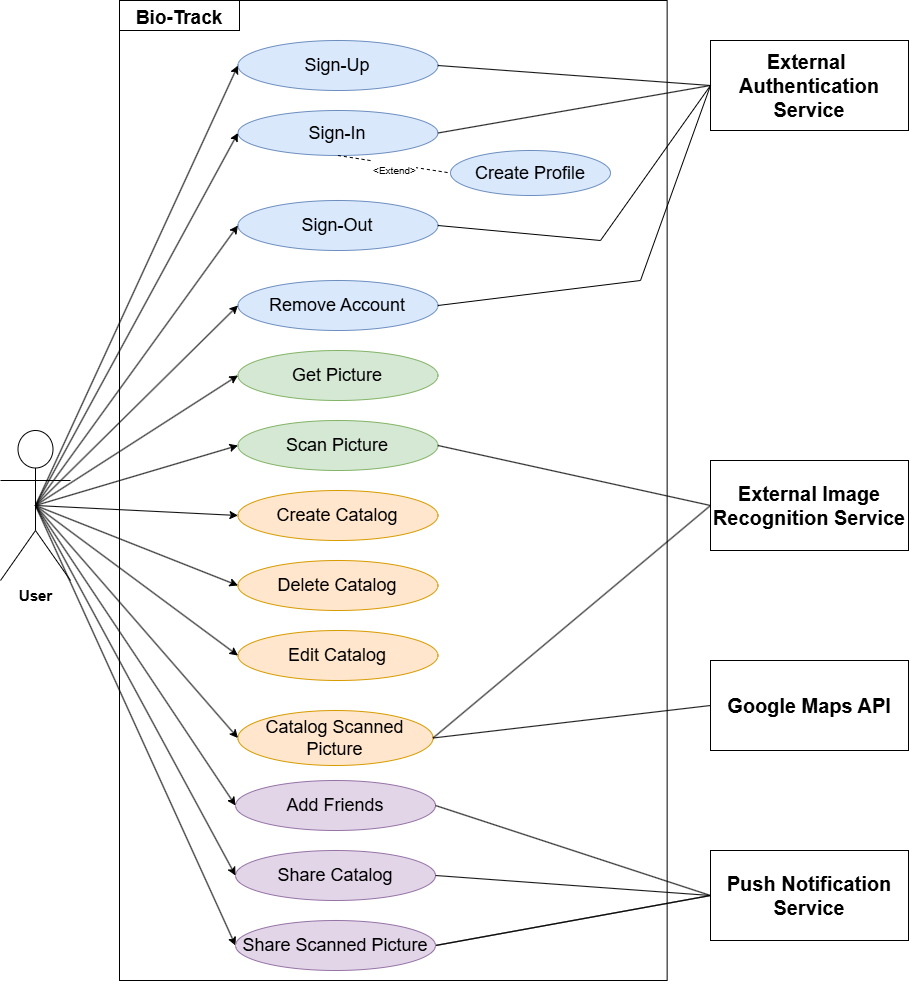
This is documentation/images/useCaseDiagram.png from XXLSmile/BioTrack, a draw.io export, as it was before one commit. Source tidied: cells renumbered, new cells last; positions are measured from the earlier drawing's top-left corner, leaving out a move shared by most shapes. The source it was exported from:
```xml
<mxGraphModel>
  <root>
    <mxCell id="0" />
    <mxCell id="1" parent="0" />
    <mxCell id="2" style="rounded=0;whiteSpace=wrap;html=1;" parent="1" vertex="1">
      <mxGeometry x="119" width="547.6" height="980" as="geometry" />
    </mxCell>
    <mxCell id="3" value="&lt;font&gt;User&lt;/font&gt;" style="shape=umlActor;verticalLabelPosition=bottom;verticalAlign=top;html=1;outlineConnect=0;fontStyle=1;fontSize=15;" parent="1" vertex="1">
      <mxGeometry y="430" width="70" height="150" as="geometry" />
    </mxCell>
    <mxCell id="4" value="External&amp;nbsp;&lt;div&gt;Authentication Service&lt;/div&gt;" style="html=1;whiteSpace=wrap;fontSize=20;fontStyle=1;" parent="1" vertex="1">
      <mxGeometry x="710" y="40" width="198" height="90" as="geometry" />
    </mxCell>
    <mxCell id="5" value="External Image Recognition Service" style="html=1;whiteSpace=wrap;fontSize=20;fontStyle=1;" parent="1" vertex="1">
      <mxGeometry x="710" y="460" width="198" height="90" as="geometry" />
    </mxCell>
    <mxCell id="6" value="Push Notification Service" style="html=1;whiteSpace=wrap;fontSize=20;fontStyle=1;" parent="1" vertex="1">
      <mxGeometry x="710" y="850" width="198" height="90" as="geometry" />
    </mxCell>
    <mxCell id="7" value="&lt;font style=&quot;font-size: 18px;&quot;&gt;Remove Account&lt;/font&gt;" style="ellipse;whiteSpace=wrap;html=1;fillColor=#dae8fc;strokeColor=#6c8ebf;" parent="1" vertex="1">
      <mxGeometry x="237.4" y="280" width="200" height="50" as="geometry" />
    </mxCell>
    <mxCell id="8" value="&lt;font style=&quot;font-size: 18px;&quot;&gt;Sign-Up&lt;/font&gt;" style="ellipse;whiteSpace=wrap;html=1;fillColor=#dae8fc;strokeColor=#6c8ebf;" parent="1" vertex="1">
      <mxGeometry x="237.4" y="40" width="200" height="50" as="geometry" />
    </mxCell>
    <mxCell id="9" value="&lt;font style=&quot;font-size: 18px;&quot;&gt;Sign-In&lt;/font&gt;" style="ellipse;whiteSpace=wrap;html=1;fillColor=#dae8fc;strokeColor=#6c8ebf;" parent="1" vertex="1">
      <mxGeometry x="237.4" y="110" width="200" height="45" as="geometry" />
    </mxCell>
    <mxCell id="10" value="&lt;font style=&quot;font-size: 18px;&quot;&gt;Sign-Out&lt;/font&gt;" style="ellipse;whiteSpace=wrap;html=1;fillColor=#dae8fc;strokeColor=#6c8ebf;" parent="1" vertex="1">
      <mxGeometry x="237.4" y="200" width="200" height="50" as="geometry" />
    </mxCell>
    <mxCell id="11" style="endArrow=classic;html=1;rounded=0;entryX=0;entryY=0.5;entryDx=0;entryDy=0;exitX=0.5;exitY=0.5;exitDx=0;exitDy=0;exitPerimeter=0;" parent="1" edge="1" source="3" target="8">
      <mxGeometry relative="1" as="geometry" />
    </mxCell>
    <mxCell id="12" style="endArrow=classic;html=1;rounded=0;entryX=0;entryY=0.5;entryDx=0;entryDy=0;exitX=0.5;exitY=0.5;exitDx=0;exitDy=0;exitPerimeter=0;" parent="1" edge="1" source="3" target="9">
      <mxGeometry relative="1" as="geometry" />
    </mxCell>
    <mxCell id="13" style="endArrow=classic;html=1;rounded=0;entryX=0;entryY=0.5;entryDx=0;entryDy=0;exitX=0.5;exitY=0.5;exitDx=0;exitDy=0;exitPerimeter=0;" parent="1" edge="1" source="3" target="10">
      <mxGeometry relative="1" as="geometry" />
    </mxCell>
    <mxCell id="14" style="endArrow=classic;html=1;rounded=0;entryX=0;entryY=0.5;entryDx=0;entryDy=0;exitX=0.5;exitY=0.5;exitDx=0;exitDy=0;exitPerimeter=0;" parent="1" edge="1" source="3" target="7">
      <mxGeometry relative="1" as="geometry" />
    </mxCell>
    <mxCell id="15" value="&lt;font style=&quot;font-size: 18px;&quot;&gt;Get Picture&lt;/font&gt;" style="ellipse;whiteSpace=wrap;html=1;fillColor=#d5e8d4;strokeColor=#82b366;" parent="1" vertex="1">
      <mxGeometry x="237.4" y="350" width="200" height="50" as="geometry" />
    </mxCell>
    <mxCell id="16" value="&lt;font style=&quot;font-size: 18px;&quot;&gt;Scan Picture&lt;/font&gt;" style="ellipse;whiteSpace=wrap;html=1;fillColor=#d5e8d4;strokeColor=#82b366;" parent="1" vertex="1">
      <mxGeometry x="237.4" y="420" width="200" height="50" as="geometry" />
    </mxCell>
    <mxCell id="17" style="endArrow=none;html=1;rounded=0;exitX=1;exitY=0.5;exitDx=0;exitDy=0;entryX=0;entryY=0.5;entryDx=0;entryDy=0;" parent="1" edge="1" source="8" target="4">
      <mxGeometry relative="1" as="geometry" />
    </mxCell>
    <mxCell id="18" style="endArrow=none;html=1;rounded=0;exitX=1;exitY=0.5;exitDx=0;exitDy=0;entryX=0;entryY=0.5;entryDx=0;entryDy=0;" parent="1" edge="1" source="9" target="4">
      <mxGeometry relative="1" as="geometry" />
    </mxCell>
    <mxCell id="19" style="endArrow=none;html=1;rounded=0;exitX=1;exitY=0.5;exitDx=0;exitDy=0;entryX=0;entryY=0.5;entryDx=0;entryDy=0;" parent="1" edge="1" source="10" target="4">
      <mxGeometry relative="1" as="geometry">
        <Array as="points">
          <mxPoint x="600" y="240" />
        </Array>
      </mxGeometry>
    </mxCell>
    <mxCell id="20" style="endArrow=none;html=1;rounded=0;exitX=1;exitY=0.5;exitDx=0;exitDy=0;entryX=0;entryY=0.5;entryDx=0;entryDy=0;" parent="1" edge="1" source="7" target="4">
      <mxGeometry relative="1" as="geometry">
        <Array as="points">
          <mxPoint x="640" y="280" />
        </Array>
      </mxGeometry>
    </mxCell>
    <mxCell id="21" style="endArrow=classic;html=1;rounded=0;entryX=0;entryY=0.5;entryDx=0;entryDy=0;exitX=0.5;exitY=0.5;exitDx=0;exitDy=0;exitPerimeter=0;" parent="1" edge="1" source="3" target="15">
      <mxGeometry relative="1" as="geometry" />
    </mxCell>
    <mxCell id="22" style="endArrow=classic;html=1;rounded=0;entryX=0;entryY=0.5;entryDx=0;entryDy=0;exitX=0.5;exitY=0.5;exitDx=0;exitDy=0;exitPerimeter=0;" parent="1" edge="1" source="3" target="16">
      <mxGeometry relative="1" as="geometry" />
    </mxCell>
    <mxCell id="23" style="endArrow=none;html=1;rounded=0;exitX=1;exitY=0.5;exitDx=0;exitDy=0;entryX=0;entryY=0.5;entryDx=0;entryDy=0;" parent="1" edge="1" source="16" target="5">
      <mxGeometry relative="1" as="geometry" />
    </mxCell>
    <mxCell id="24" value="&lt;font style=&quot;font-size: 18px;&quot;&gt;Delete Catalog&lt;/font&gt;" style="ellipse;whiteSpace=wrap;html=1;fillColor=#ffe6cc;strokeColor=#d79b00;" parent="1" vertex="1">
      <mxGeometry x="237.4" y="560" width="200" height="50" as="geometry" />
    </mxCell>
    <mxCell id="25" value="&lt;font style=&quot;font-size: 18px;&quot;&gt;Catalog Scanned Picture&lt;/font&gt;" style="ellipse;whiteSpace=wrap;html=1;fillColor=#ffe6cc;strokeColor=#d79b00;" parent="1" vertex="1">
      <mxGeometry x="237.4" y="710" width="195.1" height="55" as="geometry" />
    </mxCell>
    <mxCell id="26" value="&lt;font style=&quot;font-size: 18px;&quot;&gt;Create Catalog&lt;/font&gt;" style="ellipse;whiteSpace=wrap;html=1;fillColor=#ffe6cc;strokeColor=#d79b00;" parent="1" vertex="1">
      <mxGeometry x="237.4" y="490" width="200" height="50" as="geometry" />
    </mxCell>
    <mxCell id="27" value="&lt;font style=&quot;font-size: 18px;&quot;&gt;Share Catalog&lt;/font&gt;" style="ellipse;whiteSpace=wrap;html=1;fillColor=#e1d5e7;strokeColor=#9673a6;" parent="1" vertex="1">
      <mxGeometry x="235" y="850" width="200" height="50" as="geometry" />
    </mxCell>
    <mxCell id="28" style="endArrow=none;html=1;rounded=0;exitX=1;exitY=0.5;exitDx=0;exitDy=0;entryX=0;entryY=0.5;entryDx=0;entryDy=0;" parent="1" edge="1" source="25" target="5">
      <mxGeometry relative="1" as="geometry" />
    </mxCell>
    <mxCell id="29" style="endArrow=classic;html=1;rounded=0;entryX=0;entryY=0.5;entryDx=0;entryDy=0;entryPerimeter=0;exitX=0.5;exitY=0.5;exitDx=0;exitDy=0;exitPerimeter=0;" parent="1" edge="1" source="3" target="26">
      <mxGeometry relative="1" as="geometry" />
    </mxCell>
    <mxCell id="30" style="endArrow=classic;html=1;rounded=0;fontFamily=Helvetica;fontSize=15;fontColor=default;fontStyle=1;exitX=0.5;exitY=0.5;exitDx=0;exitDy=0;exitPerimeter=0;entryX=0;entryY=0.5;entryDx=0;entryDy=0;" parent="1" edge="1" source="3" target="24">
      <mxGeometry relative="1" as="geometry" />
    </mxCell>
    <mxCell id="31" style="endArrow=classic;html=1;rounded=0;fontFamily=Helvetica;fontSize=15;fontColor=default;fontStyle=1;exitX=0.5;exitY=0.5;exitDx=0;exitDy=0;exitPerimeter=0;entryX=0;entryY=0.5;entryDx=0;entryDy=0;" parent="1" edge="1" source="3" target="27">
      <mxGeometry relative="1" as="geometry" />
    </mxCell>
    <mxCell id="32" style="endArrow=classic;html=1;rounded=0;fontFamily=Helvetica;fontSize=15;fontColor=default;fontStyle=1;exitX=0.5;exitY=0.5;exitDx=0;exitDy=0;exitPerimeter=0;entryX=0;entryY=0.5;entryDx=0;entryDy=0;" parent="1" edge="1" source="3" target="25">
      <mxGeometry relative="1" as="geometry" />
    </mxCell>
    <mxCell id="33" style="endArrow=none;html=1;rounded=0;fontFamily=Helvetica;fontSize=15;fontColor=default;fontStyle=1;exitX=1;exitY=0.5;exitDx=0;exitDy=0;entryX=0;entryY=0.5;entryDx=0;entryDy=0;" parent="1" edge="1" source="38" target="6">
      <mxGeometry relative="1" as="geometry" />
    </mxCell>
    <mxCell id="34" style="endArrow=classic;html=1;rounded=0;fontFamily=Helvetica;fontSize=15;fontColor=default;fontStyle=1;exitX=0.5;exitY=0.5;exitDx=0;exitDy=0;exitPerimeter=0;entryX=0;entryY=0.5;entryDx=0;entryDy=0;" parent="1" edge="1" source="3" target="38">
      <mxGeometry relative="1" as="geometry" />
    </mxCell>
    <mxCell id="35" value="&lt;font style=&quot;font-size: 18px;&quot;&gt;Add Friends&lt;/font&gt;" style="ellipse;whiteSpace=wrap;html=1;fillColor=#e1d5e7;strokeColor=#9673a6;" parent="1" vertex="1">
      <mxGeometry x="235" y="780" width="200" height="50" as="geometry" />
    </mxCell>
    <mxCell id="36" style="endArrow=classic;html=1;rounded=0;fontFamily=Helvetica;fontSize=15;fontColor=default;fontStyle=1;exitX=0.5;exitY=0.5;exitDx=0;exitDy=0;exitPerimeter=0;entryX=0;entryY=0.5;entryDx=0;entryDy=0;" parent="1" edge="1" source="3" target="35">
      <mxGeometry relative="1" as="geometry" />
    </mxCell>
    <mxCell id="37" style="endArrow=none;html=1;rounded=0;fontFamily=Helvetica;fontSize=15;fontColor=default;fontStyle=1;entryX=1;entryY=0.5;entryDx=0;entryDy=0;exitX=0;exitY=0.5;exitDx=0;exitDy=0;" parent="1" edge="1" source="6" target="38">
      <mxGeometry relative="1" as="geometry" />
    </mxCell>
    <mxCell id="38" value="&lt;font style=&quot;font-size: 18px;&quot;&gt;Share Scanned Picture&lt;/font&gt;" style="ellipse;whiteSpace=wrap;html=1;fillColor=#e1d5e7;strokeColor=#9673a6;" parent="1" vertex="1">
      <mxGeometry x="235" y="920" width="200" height="50" as="geometry" />
    </mxCell>
    <mxCell id="39" style="endArrow=none;html=1;rounded=0;fontFamily=Helvetica;fontSize=15;fontColor=default;fontStyle=1;entryX=1;entryY=0.5;entryDx=0;entryDy=0;exitX=0;exitY=0.5;exitDx=0;exitDy=0;" parent="1" edge="1" source="6" target="27">
      <mxGeometry relative="1" as="geometry" />
    </mxCell>
    <mxCell id="40" value="&lt;font style=&quot;font-size: 19px;&quot;&gt;Bio-Track&lt;/font&gt;" style="rounded=0;whiteSpace=wrap;html=1;strokeColor=default;align=center;verticalAlign=top;fontFamily=Helvetica;fontSize=15;fontColor=default;fontStyle=1;fillColor=default;" parent="1" vertex="1">
      <mxGeometry x="119" width="120" height="30" as="geometry" />
    </mxCell>
    <mxCell id="41" style="endArrow=none;html=1;rounded=0;fontFamily=Helvetica;fontSize=15;fontColor=default;fontStyle=1;entryX=0;entryY=0.5;entryDx=0;entryDy=0;exitX=1;exitY=0.5;exitDx=0;exitDy=0;" parent="1" edge="1" source="35" target="6">
      <mxGeometry relative="1" as="geometry" />
    </mxCell>
    <mxCell id="42" value="&lt;font style=&quot;font-size: 18px;&quot;&gt;Create Profile&lt;/font&gt;" style="ellipse;whiteSpace=wrap;html=1;fillColor=#dae8fc;strokeColor=#6c8ebf;" parent="1" vertex="1">
      <mxGeometry x="450" y="150" width="160" height="45" as="geometry" />
    </mxCell>
    <mxCell id="43" value="&lt;font style=&quot;font-size: 18px;&quot;&gt;Edit Catalog&lt;/font&gt;" style="ellipse;whiteSpace=wrap;html=1;fillColor=#ffe6cc;strokeColor=#d79b00;" parent="1" vertex="1">
      <mxGeometry x="237.4" y="630" width="200" height="50" as="geometry" />
    </mxCell>
    <mxCell id="44" style="endArrow=classic;html=1;rounded=0;fontFamily=Helvetica;fontSize=15;fontColor=default;fontStyle=1;exitX=0.5;exitY=0.5;exitDx=0;exitDy=0;exitPerimeter=0;entryX=0;entryY=0.5;entryDx=0;entryDy=0;" parent="1" edge="1" source="3" target="43">
      <mxGeometry relative="1" as="geometry" />
    </mxCell>
    <mxCell id="45" style="endArrow=none;dashed=1;html=1;rounded=0;fontFamily=Helvetica;fontSize=15;fontColor=default;fontStyle=1;exitX=0.5;exitY=1;exitDx=0;exitDy=0;entryX=0;entryY=0.5;entryDx=0;entryDy=0;" parent="1" edge="1" source="9" target="42">
      <mxGeometry relative="1" as="geometry" />
    </mxCell>
    <mxCell id="46" value="&lt;span style=&quot;font-weight: normal;&quot;&gt;&lt;font style=&quot;font-size: 10px;&quot;&gt;&amp;lt;Extend&amp;gt;&lt;/font&gt;&lt;/span&gt;" style="edgeLabel;html=1;align=center;verticalAlign=middle;strokeColor=default;fontFamily=Helvetica;fontSize=15;fontColor=default;fontStyle=1;fillColor=default;" parent="45" vertex="1">
      <mxGeometry x="-0.01" y="-3" relative="1" as="geometry" />
    </mxCell>
    <mxCell id="47" value="Google Maps API" style="html=1;whiteSpace=wrap;fontSize=20;fontStyle=1;" parent="1" vertex="1">
      <mxGeometry x="710" y="660" width="198" height="90" as="geometry" />
    </mxCell>
    <mxCell id="48" style="endArrow=none;html=1;rounded=0;exitX=1;exitY=0.5;exitDx=0;exitDy=0;entryX=0;entryY=0.5;entryDx=0;entryDy=0;" parent="1" edge="1" source="25" target="47">
      <mxGeometry relative="1" as="geometry" />
    </mxCell>
  </root>
</mxGraphModel>
```
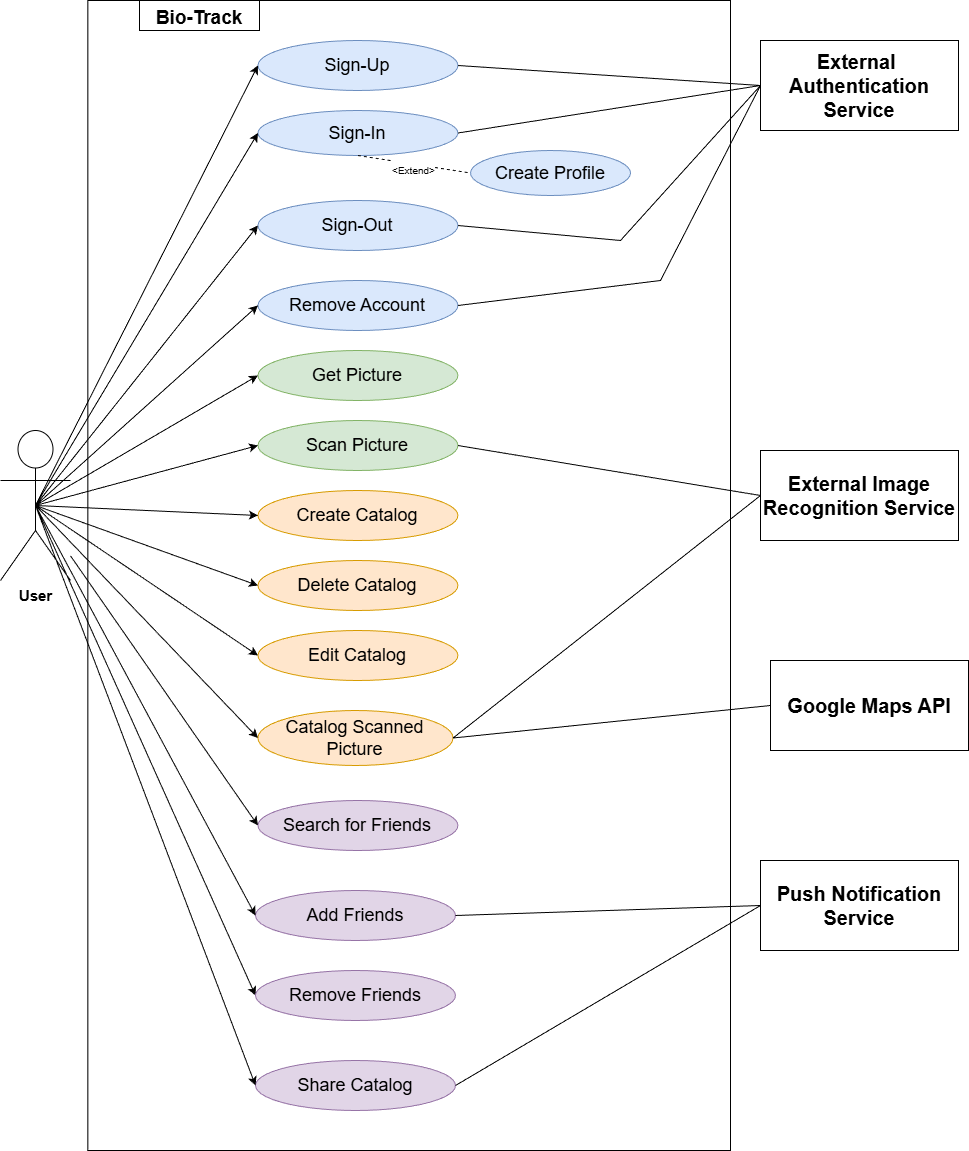
Above is the later version.

Commit message:
Req and Design Updtae

Diff of the diagram source:
```diff
@@ -3,19 +3,19 @@
     <mxCell id="0" />
     <mxCell id="1" parent="0" />
     <mxCell id="2" style="rounded=0;whiteSpace=wrap;html=1;" parent="1" vertex="1">
-      <mxGeometry x="119" width="547.6" height="980" as="geometry" />
+      <mxGeometry x="67.4" width="642.6" height="1150" as="geometry" />
     </mxCell>
     <mxCell id="3" value="&lt;font&gt;User&lt;/font&gt;" style="shape=umlActor;verticalLabelPosition=bottom;verticalAlign=top;html=1;outlineConnect=0;fontStyle=1;fontSize=15;" parent="1" vertex="1">
-      <mxGeometry y="430" width="70" height="150" as="geometry" />
+      <mxGeometry x="-20" y="430" width="70" height="150" as="geometry" />
     </mxCell>
     <mxCell id="4" value="External&amp;nbsp;&lt;div&gt;Authentication Service&lt;/div&gt;" style="html=1;whiteSpace=wrap;fontSize=20;fontStyle=1;" parent="1" vertex="1">
-      <mxGeometry x="710" y="40" width="198" height="90" as="geometry" />
+      <mxGeometry x="740" y="40" width="198" height="90" as="geometry" />
     </mxCell>
     <mxCell id="5" value="External Image Recognition Service" style="html=1;whiteSpace=wrap;fontSize=20;fontStyle=1;" parent="1" vertex="1">
-      <mxGeometry x="710" y="460" width="198" height="90" as="geometry" />
+      <mxGeometry x="740" y="450" width="198" height="90" as="geometry" />
     </mxCell>
     <mxCell id="6" value="Push Notification Service" style="html=1;whiteSpace=wrap;fontSize=20;fontStyle=1;" parent="1" vertex="1">
-      <mxGeometry x="710" y="850" width="198" height="90" as="geometry" />
+      <mxGeometry x="740" y="860" width="198" height="90" as="geometry" />
     </mxCell>
     <mxCell id="7" value="&lt;font style=&quot;font-size: 18px;&quot;&gt;Remove Account&lt;/font&gt;" style="ellipse;whiteSpace=wrap;html=1;fillColor=#dae8fc;strokeColor=#6c8ebf;" parent="1" vertex="1">
       <mxGeometry x="237.4" y="280" width="200" height="50" as="geometry" />
@@ -86,7 +86,7 @@
       <mxGeometry x="237.4" y="490" width="200" height="50" as="geometry" />
     </mxCell>
     <mxCell id="27" value="&lt;font style=&quot;font-size: 18px;&quot;&gt;Share Catalog&lt;/font&gt;" style="ellipse;whiteSpace=wrap;html=1;fillColor=#e1d5e7;strokeColor=#9673a6;" parent="1" vertex="1">
-      <mxGeometry x="235" y="850" width="200" height="50" as="geometry" />
+      <mxGeometry x="235" y="1060" width="200" height="50" as="geometry" />
     </mxCell>
     <mxCell id="28" style="endArrow=none;html=1;rounded=0;exitX=1;exitY=0.5;exitDx=0;exitDy=0;entryX=0;entryY=0.5;entryDx=0;entryDy=0;" parent="1" edge="1" source="25" target="5">
       <mxGeometry relative="1" as="geometry" />
@@ -103,23 +103,17 @@
     <mxCell id="32" style="endArrow=classic;html=1;rounded=0;fontFamily=Helvetica;fontSize=15;fontColor=default;fontStyle=1;exitX=0.5;exitY=0.5;exitDx=0;exitDy=0;exitPerimeter=0;entryX=0;entryY=0.5;entryDx=0;entryDy=0;" parent="1" edge="1" source="3" target="25">
       <mxGeometry relative="1" as="geometry" />
     </mxCell>
-    <mxCell id="33" style="endArrow=none;html=1;rounded=0;fontFamily=Helvetica;fontSize=15;fontColor=default;fontStyle=1;exitX=1;exitY=0.5;exitDx=0;exitDy=0;entryX=0;entryY=0.5;entryDx=0;entryDy=0;" parent="1" edge="1" source="38" target="6">
-      <mxGeometry relative="1" as="geometry" />
-    </mxCell>
     <mxCell id="34" style="endArrow=classic;html=1;rounded=0;fontFamily=Helvetica;fontSize=15;fontColor=default;fontStyle=1;exitX=0.5;exitY=0.5;exitDx=0;exitDy=0;exitPerimeter=0;entryX=0;entryY=0.5;entryDx=0;entryDy=0;" parent="1" edge="1" source="3" target="38">
       <mxGeometry relative="1" as="geometry" />
     </mxCell>
     <mxCell id="35" value="&lt;font style=&quot;font-size: 18px;&quot;&gt;Add Friends&lt;/font&gt;" style="ellipse;whiteSpace=wrap;html=1;fillColor=#e1d5e7;strokeColor=#9673a6;" parent="1" vertex="1">
-      <mxGeometry x="235" y="780" width="200" height="50" as="geometry" />
+      <mxGeometry x="235" y="890" width="200" height="50" as="geometry" />
     </mxCell>
     <mxCell id="36" style="endArrow=classic;html=1;rounded=0;fontFamily=Helvetica;fontSize=15;fontColor=default;fontStyle=1;exitX=0.5;exitY=0.5;exitDx=0;exitDy=0;exitPerimeter=0;entryX=0;entryY=0.5;entryDx=0;entryDy=0;" parent="1" edge="1" source="3" target="35">
       <mxGeometry relative="1" as="geometry" />
     </mxCell>
-    <mxCell id="37" style="endArrow=none;html=1;rounded=0;fontFamily=Helvetica;fontSize=15;fontColor=default;fontStyle=1;entryX=1;entryY=0.5;entryDx=0;entryDy=0;exitX=0;exitY=0.5;exitDx=0;exitDy=0;" parent="1" edge="1" source="6" target="38">
-      <mxGeometry relative="1" as="geometry" />
-    </mxCell>
-    <mxCell id="38" value="&lt;font style=&quot;font-size: 18px;&quot;&gt;Share Scanned Picture&lt;/font&gt;" style="ellipse;whiteSpace=wrap;html=1;fillColor=#e1d5e7;strokeColor=#9673a6;" parent="1" vertex="1">
-      <mxGeometry x="235" y="920" width="200" height="50" as="geometry" />
+    <mxCell id="38" value="&lt;font style=&quot;font-size: 18px;&quot;&gt;Remove Friends&lt;/font&gt;" style="ellipse;whiteSpace=wrap;html=1;fillColor=#e1d5e7;strokeColor=#9673a6;" parent="1" vertex="1">
+      <mxGeometry x="235" y="970" width="200" height="50" as="geometry" />
     </mxCell>
     <mxCell id="39" style="endArrow=none;html=1;rounded=0;fontFamily=Helvetica;fontSize=15;fontColor=default;fontStyle=1;entryX=1;entryY=0.5;entryDx=0;entryDy=0;exitX=0;exitY=0.5;exitDx=0;exitDy=0;" parent="1" edge="1" source="6" target="27">
       <mxGeometry relative="1" as="geometry" />
@@ -146,10 +140,19 @@
       <mxGeometry x="-0.01" y="-3" relative="1" as="geometry" />
     </mxCell>
     <mxCell id="47" value="Google Maps API" style="html=1;whiteSpace=wrap;fontSize=20;fontStyle=1;" parent="1" vertex="1">
-      <mxGeometry x="710" y="660" width="198" height="90" as="geometry" />
+      <mxGeometry x="750" y="660" width="198" height="90" as="geometry" />
     </mxCell>
     <mxCell id="48" style="endArrow=none;html=1;rounded=0;exitX=1;exitY=0.5;exitDx=0;exitDy=0;entryX=0;entryY=0.5;entryDx=0;entryDy=0;" parent="1" edge="1" source="25" target="47">
       <mxGeometry relative="1" as="geometry" />
     </mxCell>
+    <mxCell id="49" value="&lt;font style=&quot;font-size: 18px;&quot;&gt;Search for Friends&lt;/font&gt;" style="ellipse;whiteSpace=wrap;html=1;fillColor=#e1d5e7;strokeColor=#9673a6;" parent="1" vertex="1">
+      <mxGeometry x="237.4" y="800" width="200" height="50" as="geometry" />
+    </mxCell>
+    <mxCell id="50" style="edgeStyle=orthogonalEdgeStyle;rounded=0;orthogonalLoop=1;jettySize=auto;html=1;exitX=0.5;exitY=1;exitDx=0;exitDy=0;" parent="1" edge="1" source="38" target="38">
+      <mxGeometry relative="1" as="geometry" />
+    </mxCell>
+    <mxCell id="51" style="endArrow=classic;html=1;rounded=0;fontFamily=Helvetica;fontSize=15;fontColor=default;fontStyle=1;entryX=0;entryY=0.5;entryDx=0;entryDy=0;" parent="1" edge="1" source="3" target="49">
+      <mxGeometry relative="1" as="geometry" />
+    </mxCell>
   </root>
 </mxGraphModel>
```
